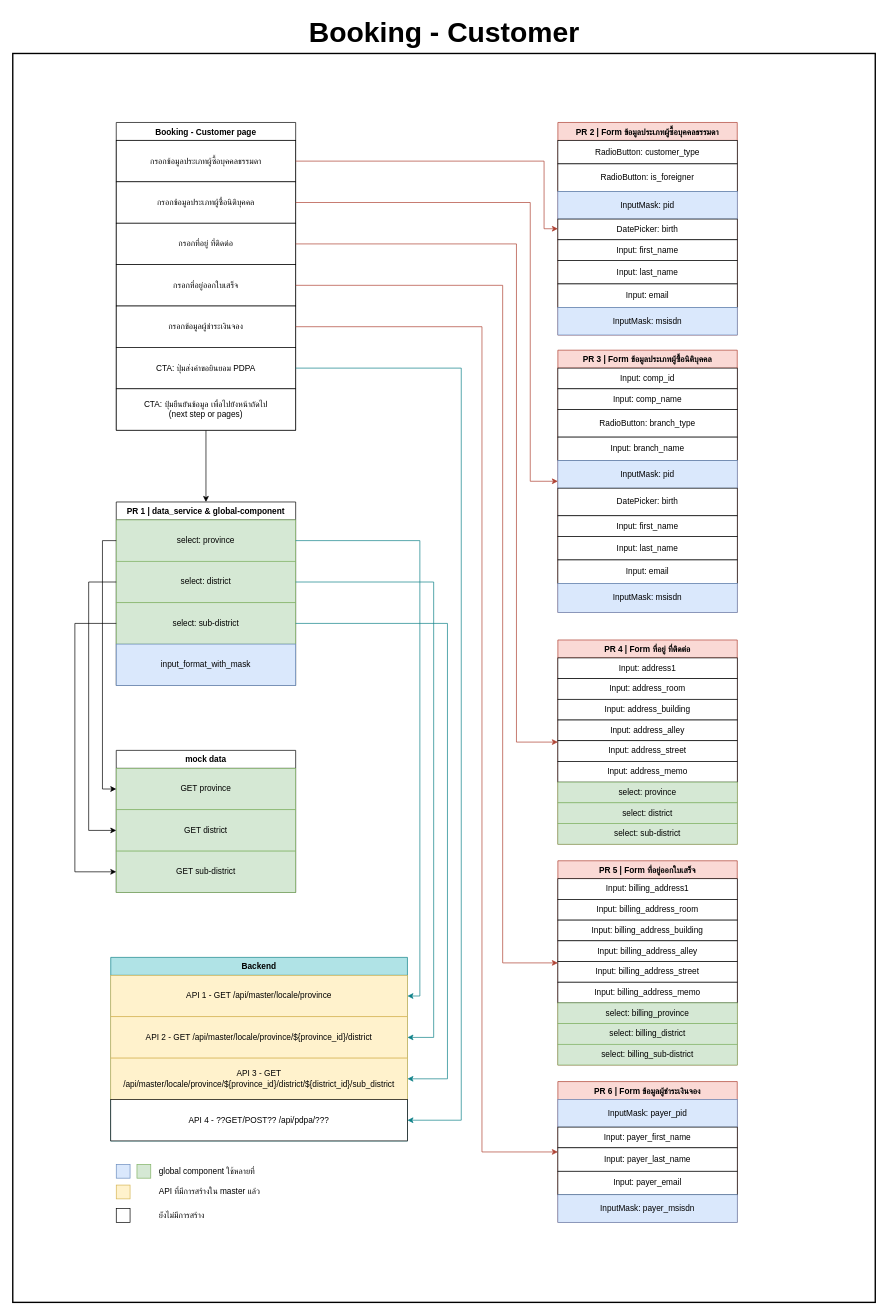
Before: booking-customer-Frontend.drawio in peapong/draw.io-diagrams, a draw.io diagram. Source tidied: cells renumbered, new cells numbered last; positions are measured from the earlier drawing's top-left corner, leaving out a move shared by most shapes. Both pictures are drawn from the tidied source at 69%, with x=0, y=0 at pixel (12, 12).
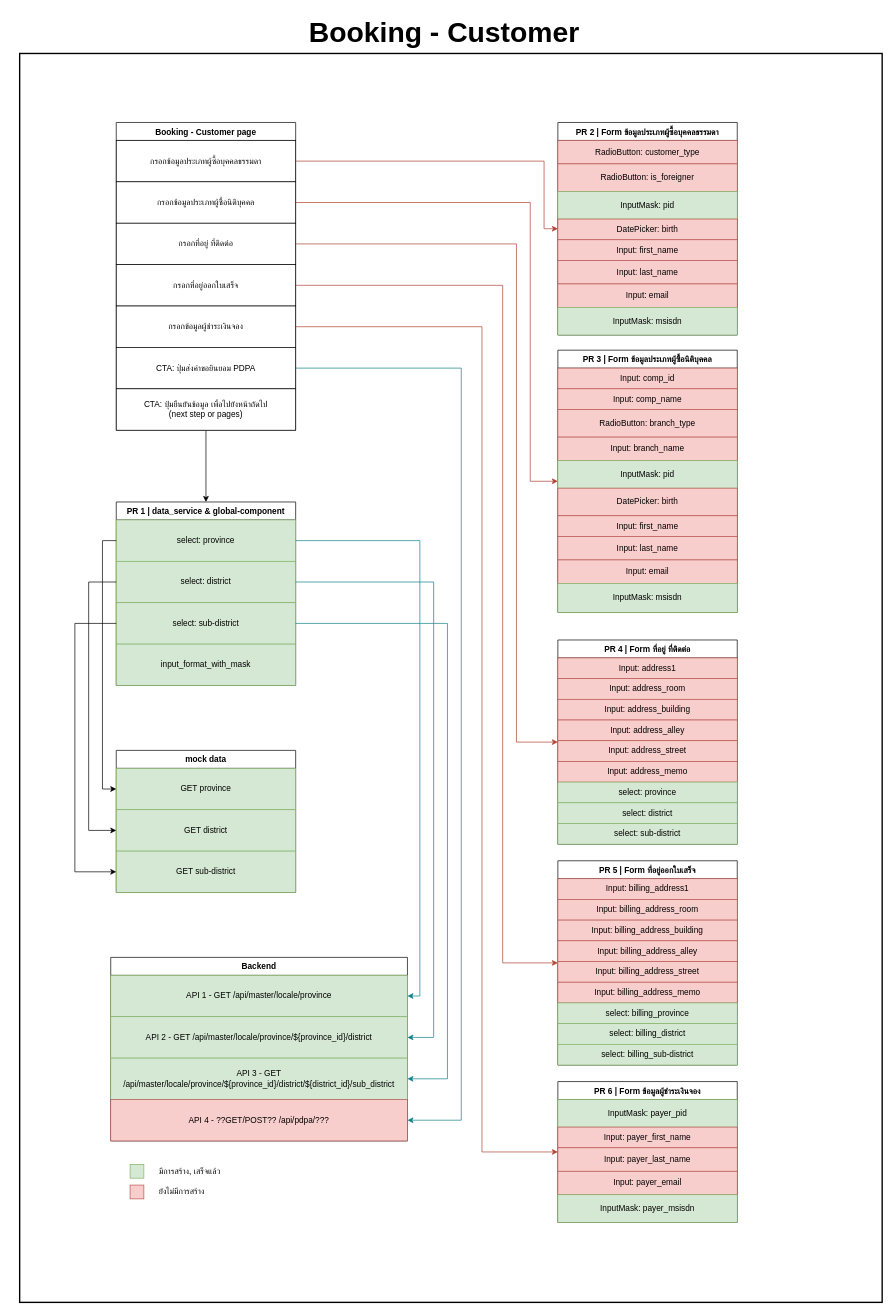
Above is the later version.

The change refers to these unchanged cells:
```xml
<mxCell id="58" value="PR 1 | data_service &amp; global-component" style="swimlane;fontStyle=1;align=center;verticalAlign=top;horizontal=1;startSize=26;rounded=0;shadow=0;strokeWidth=1;" parent="1" vertex="1">
  <mxGeometry x="150" y="710" width="260" height="266" as="geometry" />
</mxCell>
```

What changed in the source:
```diff
@@
     <mxCell id="2" style="rounded=0;whiteSpace=wrap;html=1;fontSize=12;fillColor=none;strokeColor=default;strokeWidth=2;" parent="1" vertex="1">
-      <mxGeometry y="60" width="1250" height="1810" as="geometry" />
+      <mxGeometry x="10" y="60" width="1250" height="1810" as="geometry" />
     </mxCell>
@@
-    <mxCell id="12" value="PR 2 | Form ข้อมูลประเภทผู้ซื้อบุคคลธรรมดา" style="swimlane;fontStyle=1;align=center;verticalAlign=top;horizontal=1;startSize=26;rounded=0;shadow=0;strokeWidth=1;fillColor=#fad9d5;strokeColor=#ae4132;" parent="1" vertex="1">
+    <mxCell id="12" value="PR 2 | Form ข้อมูลประเภทผู้ซื้อบุคคลธรรมดา" style="swimlane;fontStyle=1;align=center;verticalAlign=top;horizontal=1;startSize=26;rounded=0;shadow=0;strokeWidth=1;" parent="1" vertex="1">
       <mxGeometry x="790" y="160" width="260" height="308" as="geometry" />
     </mxCell>
-    <mxCell id="13" value="RadioButton: customer_type" style="rounded=0;whiteSpace=wrap;html=1;" parent="12" vertex="1">
+    <mxCell id="13" value="RadioButton: customer_type" style="rounded=0;whiteSpace=wrap;html=1;fillColor=#f8cecc;strokeColor=#b85450;" parent="12" vertex="1">
       <mxGeometry y="26" width="260" height="34" as="geometry" />
     </mxCell>
-    <mxCell id="14" value="RadioButton: is_foreigner" style="rounded=0;whiteSpace=wrap;html=1;" parent="12" vertex="1">
+    <mxCell id="14" value="RadioButton: is_foreigner" style="rounded=0;whiteSpace=wrap;html=1;fillColor=#f8cecc;strokeColor=#b85450;" parent="12" vertex="1">
       <mxGeometry y="60" width="260" height="40" as="geometry" />
     </mxCell>
-    <mxCell id="15" value="InputMask: pid" style="rounded=0;whiteSpace=wrap;html=1;fillColor=#dae8fc;strokeColor=#6c8ebf;" parent="12" vertex="1">
+    <mxCell id="15" value="InputMask: pid" style="rounded=0;whiteSpace=wrap;html=1;fillColor=#d5e8d4;strokeColor=#82b366;" parent="12" vertex="1">
       <mxGeometry y="100" width="260" height="40" as="geometry" />
     </mxCell>
-    <mxCell id="16" value="DatePicker: birth" style="rounded=0;whiteSpace=wrap;html=1;" parent="12" vertex="1">
+    <mxCell id="16" value="DatePicker: birth" style="rounded=0;whiteSpace=wrap;html=1;fillColor=#f8cecc;strokeColor=#b85450;" parent="12" vertex="1">
       <mxGeometry y="140" width="260" height="30" as="geometry" />
     </mxCell>
-    <mxCell id="17" value="Input: first_name" style="rounded=0;whiteSpace=wrap;html=1;" parent="12" vertex="1">
+    <mxCell id="17" value="Input: first_name" style="rounded=0;whiteSpace=wrap;html=1;fillColor=#f8cecc;strokeColor=#b85450;" parent="12" vertex="1">
       <mxGeometry y="170" width="260" height="30" as="geometry" />
     </mxCell>
-    <mxCell id="18" value="Input: last_name" style="rounded=0;whiteSpace=wrap;html=1;" parent="12" vertex="1">
+    <mxCell id="18" value="Input: last_name" style="rounded=0;whiteSpace=wrap;html=1;fillColor=#f8cecc;strokeColor=#b85450;" parent="12" vertex="1">
       <mxGeometry y="200" width="260" height="34" as="geometry" />
     </mxCell>
-    <mxCell id="19" value="Input: email" style="rounded=0;whiteSpace=wrap;html=1;" parent="12" vertex="1">
+    <mxCell id="19" value="Input: email" style="rounded=0;whiteSpace=wrap;html=1;fillColor=#f8cecc;strokeColor=#b85450;" parent="12" vertex="1">
       <mxGeometry y="234" width="260" height="34" as="geometry" />
     </mxCell>
-    <mxCell id="20" value="InputMask: msisdn" style="rounded=0;whiteSpace=wrap;html=1;fillColor=#dae8fc;strokeColor=#6c8ebf;" parent="12" vertex="1">
+    <mxCell id="20" value="InputMask: msisdn" style="rounded=0;whiteSpace=wrap;html=1;fillColor=#d5e8d4;strokeColor=#82b366;" parent="12" vertex="1">
       <mxGeometry y="268" width="260" height="40" as="geometry" />
     </mxCell>
-    <mxCell id="21" value="PR 3 | Form ข้อมูลประเภทผู้ซื้อนิติบุคคล" style="swimlane;fontStyle=1;align=center;verticalAlign=top;horizontal=1;startSize=26;rounded=0;shadow=0;strokeWidth=1;fillColor=#fad9d5;strokeColor=#ae4132;" parent="1" vertex="1">
+    <mxCell id="21" value="PR 3 | Form ข้อมูลประเภทผู้ซื้อนิติบุคคล" style="swimlane;fontStyle=1;align=center;verticalAlign=top;horizontal=1;startSize=26;rounded=0;shadow=0;strokeWidth=1;" parent="1" vertex="1">
       <mxGeometry x="790" y="490" width="260" height="380" as="geometry" />
     </mxCell>
-    <mxCell id="22" value="Input: comp_id" style="rounded=0;whiteSpace=wrap;html=1;" parent="21" vertex="1">
+    <mxCell id="22" value="Input: comp_id" style="rounded=0;whiteSpace=wrap;html=1;fillColor=#f8cecc;strokeColor=#b85450;" parent="21" vertex="1">
       <mxGeometry y="26" width="260" height="30" as="geometry" />
     </mxCell>
-    <mxCell id="23" value="Input: comp_name" style="rounded=0;whiteSpace=wrap;html=1;" parent="21" vertex="1">
+    <mxCell id="23" value="Input: comp_name" style="rounded=0;whiteSpace=wrap;html=1;fillColor=#f8cecc;strokeColor=#b85450;" parent="21" vertex="1">
       <mxGeometry y="56" width="260" height="30" as="geometry" />
     </mxCell>
-    <mxCell id="24" value="RadioButton: branch_type" style="rounded=0;whiteSpace=wrap;html=1;" parent="21" vertex="1">
+    <mxCell id="24" value="RadioButton: branch_type" style="rounded=0;whiteSpace=wrap;html=1;fillColor=#f8cecc;strokeColor=#b85450;" parent="21" vertex="1">
       <mxGeometry y="86" width="260" height="40" as="geometry" />
     </mxCell>
-    <mxCell id="25" value="Input: branch_name" style="rounded=0;whiteSpace=wrap;html=1;" parent="21" vertex="1">
+    <mxCell id="25" value="Input: branch_name" style="rounded=0;whiteSpace=wrap;html=1;fillColor=#f8cecc;strokeColor=#b85450;" parent="21" vertex="1">
       <mxGeometry y="126" width="260" height="34" as="geometry" />
     </mxCell>
-    <mxCell id="26" value="InputMask: pid" style="rounded=0;whiteSpace=wrap;html=1;fillColor=#dae8fc;strokeColor=#6c8ebf;" parent="21" vertex="1">
+    <mxCell id="26" value="InputMask: pid" style="rounded=0;whiteSpace=wrap;html=1;fillColor=#d5e8d4;strokeColor=#82b366;" parent="21" vertex="1">
       <mxGeometry y="160" width="260" height="40" as="geometry" />
     </mxCell>
-    <mxCell id="27" value="DatePicker: birth" style="rounded=0;whiteSpace=wrap;html=1;" parent="21" vertex="1">
+    <mxCell id="27" value="DatePicker: birth" style="rounded=0;whiteSpace=wrap;html=1;fillColor=#f8cecc;strokeColor=#b85450;" parent="21" vertex="1">
       <mxGeometry y="200" width="260" height="40" as="geometry" />
     </mxCell>
-    <mxCell id="28" value="Input: first_name" style="rounded=0;whiteSpace=wrap;html=1;" parent="21" vertex="1">
+    <mxCell id="28" value="Input: first_name" style="rounded=0;whiteSpace=wrap;html=1;fillColor=#f8cecc;strokeColor=#b85450;" parent="21" vertex="1">
       <mxGeometry y="240" width="260" height="30" as="geometry" />
     </mxCell>
-    <mxCell id="29" value="Input: last_name" style="rounded=0;whiteSpace=wrap;html=1;" parent="21" vertex="1">
+    <mxCell id="29" value="Input: last_name" style="rounded=0;whiteSpace=wrap;html=1;fillColor=#f8cecc;strokeColor=#b85450;" parent="21" vertex="1">
       <mxGeometry y="270" width="260" height="34" as="geometry" />
     </mxCell>
-    <mxCell id="30" value="Input: email" style="rounded=0;whiteSpace=wrap;html=1;" parent="21" vertex="1">
+    <mxCell id="30" value="Input: email" style="rounded=0;whiteSpace=wrap;html=1;fillColor=#f8cecc;strokeColor=#b85450;" parent="21" vertex="1">
       <mxGeometry y="304" width="260" height="34" as="geometry" />
     </mxCell>
-    <mxCell id="31" value="InputMask: msisdn" style="rounded=0;whiteSpace=wrap;html=1;fillColor=#dae8fc;strokeColor=#6c8ebf;" parent="21" vertex="1">
+    <mxCell id="31" value="InputMask: msisdn" style="rounded=0;whiteSpace=wrap;html=1;fillColor=#d5e8d4;strokeColor=#82b366;" parent="21" vertex="1">
       <mxGeometry y="338" width="260" height="42" as="geometry" />
     </mxCell>
-    <mxCell id="32" value="PR 4 | Form ที่อยู่ ที่ติดต่อ" style="swimlane;fontStyle=1;align=center;verticalAlign=top;horizontal=1;startSize=26;rounded=0;shadow=0;strokeWidth=1;fillColor=#fad9d5;strokeColor=#ae4132;" parent="1" vertex="1">
+    <mxCell id="32" value="PR 4 | Form ที่อยู่ ที่ติดต่อ" style="swimlane;fontStyle=1;align=center;verticalAlign=top;horizontal=1;startSize=26;rounded=0;shadow=0;strokeWidth=1;" parent="1" vertex="1">
       <mxGeometry x="790" y="910" width="260" height="296" as="geometry" />
     </mxCell>
-    <mxCell id="33" value="Input: address1" style="rounded=0;whiteSpace=wrap;html=1;" parent="32" vertex="1">
+    <mxCell id="33" value="Input: address1" style="rounded=0;whiteSpace=wrap;html=1;fillColor=#f8cecc;strokeColor=#b85450;" parent="32" vertex="1">
       <mxGeometry y="26" width="260" height="30" as="geometry" />
     </mxCell>
-    <mxCell id="34" value="Input: address_room" style="rounded=0;whiteSpace=wrap;html=1;" parent="32" vertex="1">
+    <mxCell id="34" value="Input: address_room" style="rounded=0;whiteSpace=wrap;html=1;fillColor=#f8cecc;strokeColor=#b85450;" parent="32" vertex="1">
       <mxGeometry y="56" width="260" height="30" as="geometry" />
     </mxCell>
-    <mxCell id="35" value="Input: address_building" style="rounded=0;whiteSpace=wrap;html=1;" parent="32" vertex="1">
+    <mxCell id="35" value="Input: address_building" style="rounded=0;whiteSpace=wrap;html=1;fillColor=#f8cecc;strokeColor=#b85450;" parent="32" vertex="1">
       <mxGeometry y="86" width="260" height="30" as="geometry" />
     </mxCell>
-    <mxCell id="36" value="Input: address_alley" style="rounded=0;whiteSpace=wrap;html=1;" parent="32" vertex="1">
+    <mxCell id="36" value="Input: address_alley" style="rounded=0;whiteSpace=wrap;html=1;fillColor=#f8cecc;strokeColor=#b85450;" parent="32" vertex="1">
       <mxGeometry y="116" width="260" height="30" as="geometry" />
     </mxCell>
-    <mxCell id="37" value="Input: address_street" style="rounded=0;whiteSpace=wrap;html=1;" parent="32" vertex="1">
+    <mxCell id="37" value="Input: address_street" style="rounded=0;whiteSpace=wrap;html=1;fillColor=#f8cecc;strokeColor=#b85450;" parent="32" vertex="1">
       <mxGeometry y="146" width="260" height="30" as="geometry" />
     </mxCell>
-    <mxCell id="38" value="Input: address_memo" style="rounded=0;whiteSpace=wrap;html=1;" parent="32" vertex="1">
+    <mxCell id="38" value="Input: address_memo" style="rounded=0;whiteSpace=wrap;html=1;fillColor=#f8cecc;strokeColor=#b85450;" parent="32" vertex="1">
       <mxGeometry y="176" width="260" height="30" as="geometry" />
     </mxCell>
@@
-    <mxCell id="42" value="PR 5 | Form ที่อยู่ออกใบเสร็จ" style="swimlane;fontStyle=1;align=center;verticalAlign=top;horizontal=1;startSize=26;rounded=0;shadow=0;strokeWidth=1;fillColor=#fad9d5;strokeColor=#ae4132;" parent="1" vertex="1">
+    <mxCell id="42" value="PR 5 | Form ที่อยู่ออกใบเสร็จ" style="swimlane;fontStyle=1;align=center;verticalAlign=top;horizontal=1;startSize=26;rounded=0;shadow=0;strokeWidth=1;" parent="1" vertex="1">
       <mxGeometry x="790" y="1230" width="260" height="296" as="geometry" />
     </mxCell>
-    <mxCell id="43" value="Input: billing_address1" style="rounded=0;whiteSpace=wrap;html=1;" parent="42" vertex="1">
+    <mxCell id="43" value="Input: billing_address1" style="rounded=0;whiteSpace=wrap;html=1;fillColor=#f8cecc;strokeColor=#b85450;" parent="42" vertex="1">
       <mxGeometry y="26" width="260" height="30" as="geometry" />
     </mxCell>
-    <mxCell id="44" value="Input: billing_address_room" style="rounded=0;whiteSpace=wrap;html=1;" parent="42" vertex="1">
+    <mxCell id="44" value="Input: billing_address_room" style="rounded=0;whiteSpace=wrap;html=1;fillColor=#f8cecc;strokeColor=#b85450;" parent="42" vertex="1">
       <mxGeometry y="56" width="260" height="30" as="geometry" />
     </mxCell>
-    <mxCell id="45" value="Input: billing_address_building" style="rounded=0;whiteSpace=wrap;html=1;" parent="42" vertex="1">
+    <mxCell id="45" value="Input: billing_address_building" style="rounded=0;whiteSpace=wrap;html=1;fillColor=#f8cecc;strokeColor=#b85450;" parent="42" vertex="1">
       <mxGeometry y="86" width="260" height="30" as="geometry" />
     </mxCell>
-    <mxCell id="46" value="Input: billing_address_alley" style="rounded=0;whiteSpace=wrap;html=1;" parent="42" vertex="1">
+    <mxCell id="46" value="Input: billing_address_alley" style="rounded=0;whiteSpace=wrap;html=1;fillColor=#f8cecc;strokeColor=#b85450;" parent="42" vertex="1">
       <mxGeometry y="116" width="260" height="30" as="geometry" />
     </mxCell>
-    <mxCell id="47" value="Input: billing_address_street" style="rounded=0;whiteSpace=wrap;html=1;" parent="42" vertex="1">
+    <mxCell id="47" value="Input: billing_address_street" style="rounded=0;whiteSpace=wrap;html=1;fillColor=#f8cecc;strokeColor=#b85450;" parent="42" vertex="1">
       <mxGeometry y="146" width="260" height="30" as="geometry" />
     </mxCell>
-    <mxCell id="48" value="Input: billing_address_memo" style="rounded=0;whiteSpace=wrap;html=1;" parent="42" vertex="1">
+    <mxCell id="48" value="Input: billing_address_memo" style="rounded=0;whiteSpace=wrap;html=1;fillColor=#f8cecc;strokeColor=#b85450;" parent="42" vertex="1">
       <mxGeometry y="176" width="260" height="30" as="geometry" />
     </mxCell>
@@
-    <mxCell id="52" value="PR 6 | Form ข้อมูลผู้ชำระเงินจอง" style="swimlane;fontStyle=1;align=center;verticalAlign=top;horizontal=1;startSize=26;rounded=0;shadow=0;strokeWidth=1;fillColor=#fad9d5;strokeColor=#ae4132;" parent="1" vertex="1">
+    <mxCell id="52" value="PR 6 | Form ข้อมูลผู้ชำระเงินจอง" style="swimlane;fontStyle=1;align=center;verticalAlign=top;horizontal=1;startSize=26;rounded=0;shadow=0;strokeWidth=1;" parent="1" vertex="1">
       <mxGeometry x="790" y="1550" width="260" height="204" as="geometry" />
     </mxCell>
-    <mxCell id="53" value="InputMask: payer_pid" style="rounded=0;whiteSpace=wrap;html=1;fillColor=#dae8fc;strokeColor=#6c8ebf;" parent="52" vertex="1">
+    <mxCell id="53" value="InputMask: payer_pid" style="rounded=0;whiteSpace=wrap;html=1;fillColor=#d5e8d4;strokeColor=#82b366;" parent="52" vertex="1">
       <mxGeometry y="26" width="260" height="40" as="geometry" />
     </mxCell>
-    <mxCell id="54" value="Input: payer_first_name" style="rounded=0;whiteSpace=wrap;html=1;" parent="52" vertex="1">
+    <mxCell id="54" value="Input: payer_first_name" style="rounded=0;whiteSpace=wrap;html=1;fillColor=#f8cecc;strokeColor=#b85450;" parent="52" vertex="1">
       <mxGeometry y="66" width="260" height="30" as="geometry" />
     </mxCell>
-    <mxCell id="55" value="Input: payer_last_name" style="rounded=0;whiteSpace=wrap;html=1;" parent="52" vertex="1">
+    <mxCell id="55" value="Input: payer_last_name" style="rounded=0;whiteSpace=wrap;html=1;fillColor=#f8cecc;strokeColor=#b85450;" parent="52" vertex="1">
       <mxGeometry y="96" width="260" height="34" as="geometry" />
     </mxCell>
-    <mxCell id="56" value="Input: payer_email" style="rounded=0;whiteSpace=wrap;html=1;" parent="52" vertex="1">
+    <mxCell id="56" value="Input: payer_email" style="rounded=0;whiteSpace=wrap;html=1;fillColor=#f8cecc;strokeColor=#b85450;" parent="52" vertex="1">
       <mxGeometry y="130" width="260" height="34" as="geometry" />
     </mxCell>
-    <mxCell id="57" value="InputMask: payer_msisdn" style="rounded=0;whiteSpace=wrap;html=1;fillColor=#dae8fc;strokeColor=#6c8ebf;" parent="52" vertex="1">
+    <mxCell id="57" value="InputMask: payer_msisdn" style="rounded=0;whiteSpace=wrap;html=1;fillColor=#d5e8d4;strokeColor=#82b366;" parent="52" vertex="1">
       <mxGeometry y="164" width="260" height="40" as="geometry" />
     </mxCell>
@@
-    <mxCell id="62" value="input_format_with_mask" style="rounded=0;whiteSpace=wrap;html=1;fillColor=#dae8fc;strokeColor=#6c8ebf;" parent="58" vertex="1">
+    <mxCell id="62" value="input_format_with_mask" style="rounded=0;whiteSpace=wrap;html=1;fillColor=#d5e8d4;strokeColor=#82b366;" parent="58" vertex="1">
       <mxGeometry y="206" width="260" height="60" as="geometry" />
     </mxCell>
@@
-    <mxCell id="67" value="Backend" style="swimlane;fontStyle=1;align=center;verticalAlign=top;horizontal=1;startSize=26;rounded=0;shadow=0;strokeWidth=1;fillColor=#b0e3e6;strokeColor=#0e8088;" parent="1" vertex="1">
+    <mxCell id="67" value="Backend" style="swimlane;fontStyle=1;align=center;verticalAlign=top;horizontal=1;startSize=26;rounded=0;shadow=0;strokeWidth=1;" parent="1" vertex="1">
       <mxGeometry x="142" y="1370" width="430" height="266" as="geometry" />
     </mxCell>
-    <mxCell id="68" value="&lt;font style=&quot;font-size: 12px;&quot;&gt;API 1 - GET &lt;font style=&quot;font-size: 12px;&quot;&gt;/api/master/locale/province&lt;/font&gt;&lt;/font&gt;" style="rounded=0;whiteSpace=wrap;html=1;fillColor=#fff2cc;strokeColor=#d6b656;" parent="67" vertex="1">
+    <mxCell id="68" value="&lt;font style=&quot;font-size: 12px;&quot;&gt;API 1 - GET &lt;font style=&quot;font-size: 12px;&quot;&gt;/api/master/locale/province&lt;/font&gt;&lt;/font&gt;" style="rounded=0;whiteSpace=wrap;html=1;fillColor=#d5e8d4;strokeColor=#82b366;" parent="67" vertex="1">
       <mxGeometry y="26" width="430" height="60" as="geometry" />
     </mxCell>
-    <mxCell id="69" value="API 2 - GET /api/master/locale/province/${province_id}/district" style="rounded=0;whiteSpace=wrap;html=1;fillColor=#fff2cc;strokeColor=#d6b656;" parent="67" vertex="1">
+    <mxCell id="69" value="API 2 - GET /api/master/locale/province/${province_id}/district" style="rounded=0;whiteSpace=wrap;html=1;fillColor=#d5e8d4;strokeColor=#82b366;" parent="67" vertex="1">
       <mxGeometry y="86" width="430" height="60" as="geometry" />
     </mxCell>
-    <mxCell id="70" value="API 3 - GET /api/master/locale/province/${province_id}/district/${district_id}/sub_district" style="rounded=0;whiteSpace=wrap;html=1;fillColor=#fff2cc;strokeColor=#d6b656;" parent="67" vertex="1">
+    <mxCell id="70" value="API 3 - GET /api/master/locale/province/${province_id}/district/${district_id}/sub_district" style="rounded=0;whiteSpace=wrap;html=1;fillColor=#d5e8d4;strokeColor=#82b366;" parent="67" vertex="1">
       <mxGeometry y="146" width="430" height="60" as="geometry" />
     </mxCell>
-    <mxCell id="71" value="API 4 - ??GET/POST?? /api/pdpa/???" style="rounded=0;whiteSpace=wrap;html=1;" parent="67" vertex="1">
+    <mxCell id="71" value="API 4 - ??GET/POST?? /api/pdpa/???" style="rounded=0;whiteSpace=wrap;html=1;fillColor=#f8cecc;strokeColor=#b85450;" parent="67" vertex="1">
       <mxGeometry y="206" width="430" height="60" as="geometry" />
     </mxCell>
@@
-    <mxCell id="84" style="rounded=0;whiteSpace=wrap;html=1;fontSize=12;fillColor=#dae8fc;strokeColor=#6c8ebf;" parent="1" vertex="1">
-      <mxGeometry x="150" y="1670" width="20" height="20" as="geometry" />
-    </mxCell>
-    <mxCell id="85" value="global component ใช้หลายที่" style="text;html=1;align=left;verticalAlign=middle;strokeColor=none;fillColor=none;fontSize=12;" parent="1" vertex="1">
-      <mxGeometry x="210" y="1665" width="170" height="30" as="geometry" />
+    <mxCell id="85" value="มีการสร้าง, เสร็จแล้ว" style="text;html=1;align=left;verticalAlign=middle;strokeColor=none;fillColor=none;fontSize=12;" parent="1" vertex="1">
+      <mxGeometry x="210" y="1665" width="120" height="30" as="geometry" />
     </mxCell>
     <mxCell id="86" style="rounded=0;whiteSpace=wrap;html=1;fontSize=12;fillColor=#d5e8d4;strokeColor=#82b366;" parent="1" vertex="1">
-      <mxGeometry x="180" y="1670" width="20" height="20" as="geometry" />
+      <mxGeometry x="170" y="1670" width="20" height="20" as="geometry" />
     </mxCell>
-    <mxCell id="87" style="rounded=0;whiteSpace=wrap;html=1;fontSize=12;fillColor=#fff2cc;strokeColor=#d6b656;" parent="1" vertex="1">
-      <mxGeometry x="150" y="1700" width="20" height="20" as="geometry" />
-    </mxCell>
-    <mxCell id="88" value="API ที่มีการสร้างใน master แล้ว" style="text;html=1;align=left;verticalAlign=middle;strokeColor=none;fillColor=none;fontSize=12;" parent="1" vertex="1">
-      <mxGeometry x="210" y="1695" width="180" height="30" as="geometry" />
-    </mxCell>
-    <mxCell id="89" style="rounded=0;whiteSpace=wrap;html=1;fontSize=12;" parent="1" vertex="1">
-      <mxGeometry x="150" y="1734" width="20" height="20" as="geometry" />
+    <mxCell id="89" style="rounded=0;whiteSpace=wrap;html=1;fontSize=12;fillColor=#f8cecc;strokeColor=#b85450;" parent="1" vertex="1">
+      <mxGeometry x="170" y="1700" width="20" height="20" as="geometry" />
     </mxCell>
     <mxCell id="90" value="ยังไม่มีการสร้าง" style="text;html=1;align=left;verticalAlign=middle;strokeColor=none;fillColor=none;fontSize=12;" parent="1" vertex="1">
-      <mxGeometry x="210" y="1729" width="100" height="30" as="geometry" />
+      <mxGeometry x="210" y="1695" width="100" height="30" as="geometry" />
     </mxCell>
```
